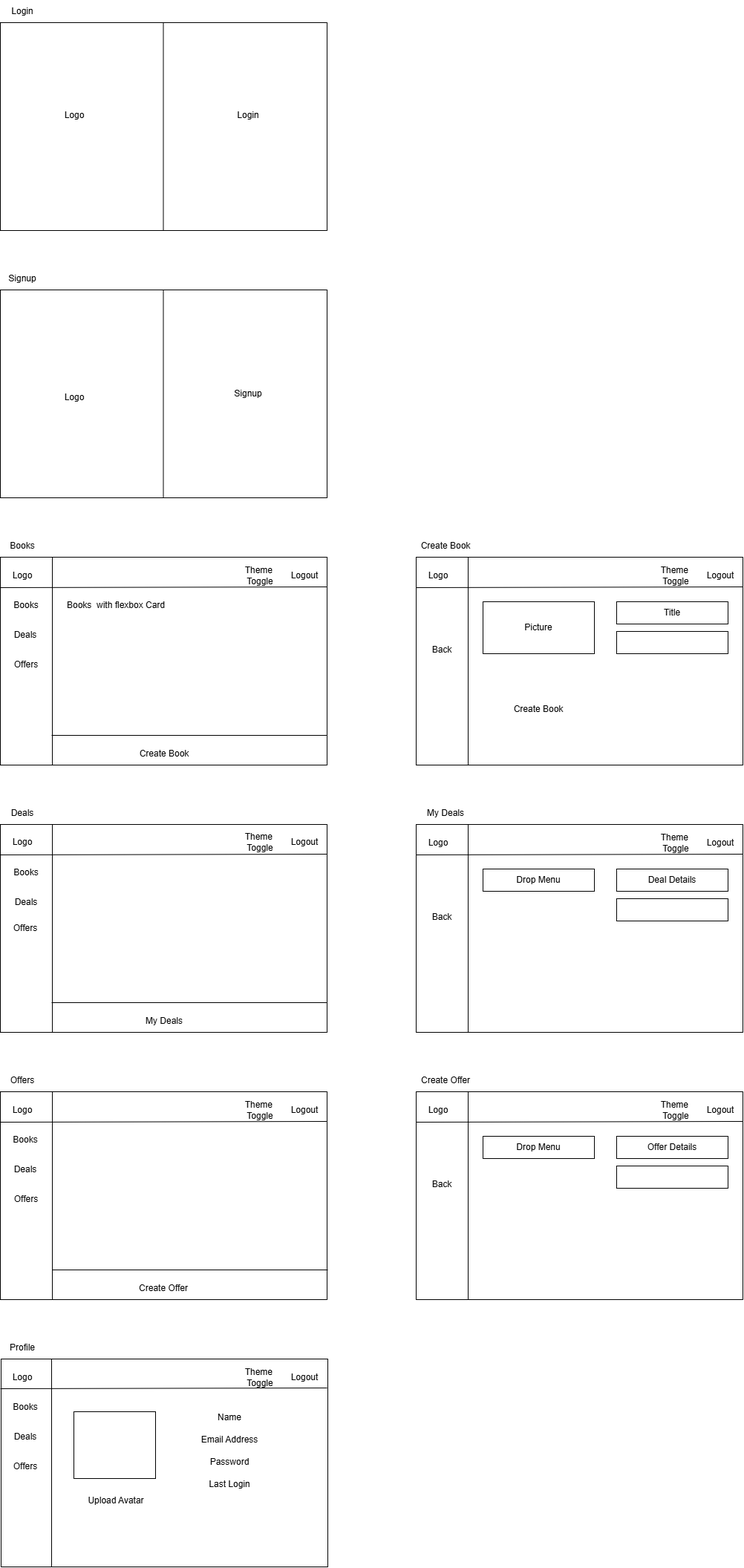
Before: Designs/Wireframes/Untitled Diagram.drawio.png, a diagram exported from draw.io (MUHAMMADFARHAN1/Buchtausch). Source tidied: cells renumbered, new cells last; positions are measured from the earlier drawing's top-left corner, leaving out a move shared by most shapes.
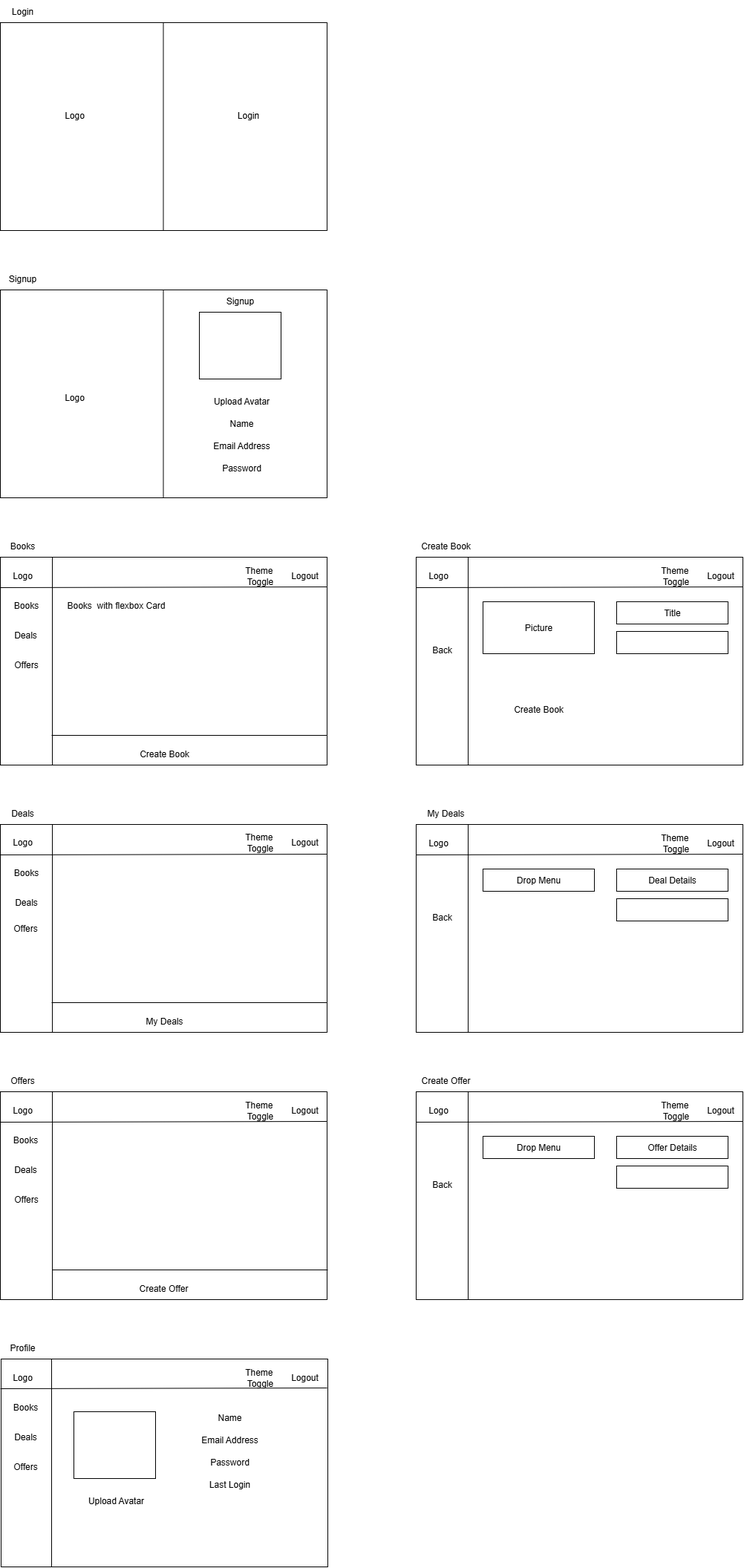
Above is the later version.

What changed in the source:
```diff
@@ -60,7 +60,7 @@
       <mxGeometry x="304" y="140" width="60" height="30" as="geometry" />
     </mxCell>
     <mxCell id="19" value="Signup" style="text;html=1;align=center;verticalAlign=middle;whiteSpace=wrap;rounded=0;" parent="1" vertex="1">
-      <mxGeometry x="304" y="515" width="60" height="30" as="geometry" />
+      <mxGeometry x="293" y="390" width="60" height="30" as="geometry" />
     </mxCell>
     <mxCell id="20" style="endArrow=none;html=1;rounded=0;" parent="1" edge="1">
       <mxGeometry relative="1" as="geometry">
@@ -350,5 +350,20 @@
     <mxCell id="98" value="Books&amp;nbsp; with flexbox Card" style="text;html=1;align=center;verticalAlign=middle;whiteSpace=wrap;rounded=0;" parent="1" vertex="1">
       <mxGeometry x="81" y="800" width="150" height="30" as="geometry" />
     </mxCell>
+    <mxCell id="99" style="rounded=0;whiteSpace=wrap;html=1;" parent="1" vertex="1">
+      <mxGeometry x="268" y="420" width="110" height="90" as="geometry" />
+    </mxCell>
+    <mxCell id="100" value="Upload Avatar" style="text;html=1;align=center;verticalAlign=middle;whiteSpace=wrap;rounded=0;" parent="1" vertex="1">
+      <mxGeometry x="270" y="525" width="110" height="30" as="geometry" />
+    </mxCell>
+    <mxCell id="101" value="Name" style="text;html=1;align=center;verticalAlign=middle;whiteSpace=wrap;rounded=0;" parent="1" vertex="1">
+      <mxGeometry x="270" y="555" width="110" height="30" as="geometry" />
+    </mxCell>
+    <mxCell id="102" value="Email Address" style="text;html=1;align=center;verticalAlign=middle;whiteSpace=wrap;rounded=0;" parent="1" vertex="1">
+      <mxGeometry x="270" y="585" width="110" height="30" as="geometry" />
+    </mxCell>
+    <mxCell id="103" value="Password" style="text;html=1;align=center;verticalAlign=middle;whiteSpace=wrap;rounded=0;" parent="1" vertex="1">
+      <mxGeometry x="270" y="615" width="110" height="30" as="geometry" />
+    </mxCell>
   </root>
 </mxGraphModel>
```
